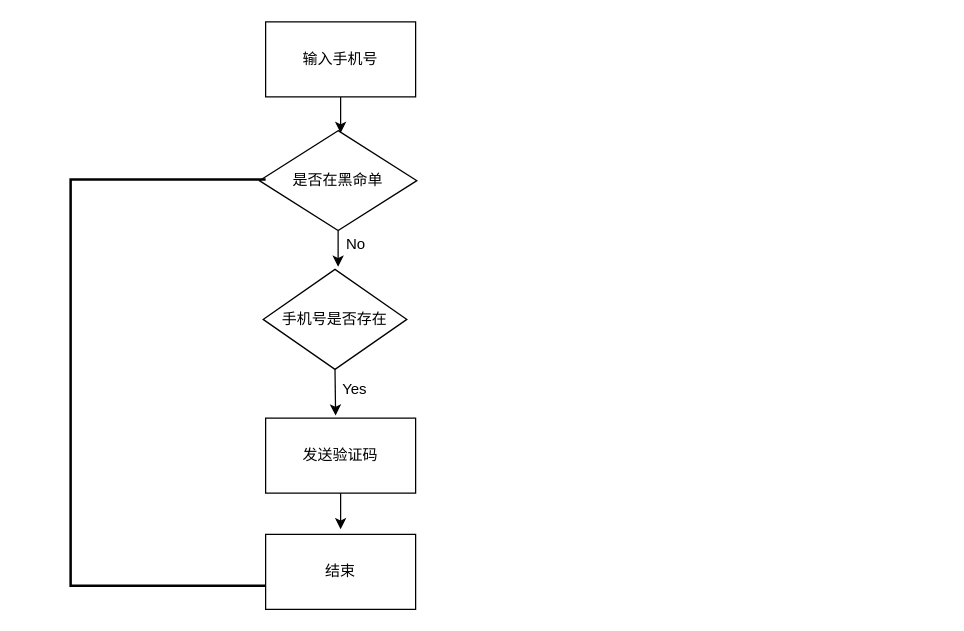
This is 功能流程图.drawio from njauwj/draw, a draw.io file, before an edit. Source tidied: cells renumbered, new cells numbered last; positions are measured from the earlier drawing's top-left corner, leaving out a move shared by most shapes. Both pictures are drawn from the tidied source at 125%, with x=0, y=0 at pixel (70, 21).
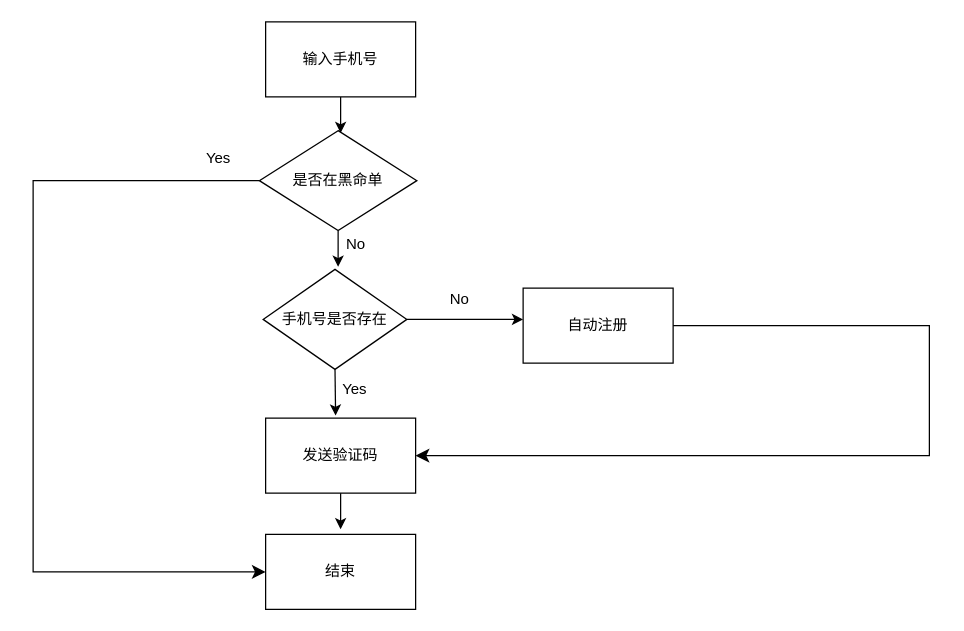
Above is the later version.

Commit message (it also covers changes not shown here):
更新功能流程图.drawio

The change refers to these unchanged cells:
```xml
<mxCell id="4" value="是否在黑命单" style="rhombus;whiteSpace=wrap;html=1;" parent="1" vertex="1">
  <mxGeometry x="151" y="87" width="126" height="80" as="geometry" />
</mxCell>
<mxCell id="7" value="手机号是否存在" style="rhombus;whiteSpace=wrap;html=1;" parent="1" vertex="1">
  <mxGeometry x="154" y="198" width="115" height="80" as="geometry" />
</mxCell>
<mxCell id="10" value="发送验证码" style="rounded=0;whiteSpace=wrap;html=1;" parent="1" vertex="1">
  <mxGeometry x="156" y="317" width="120" height="60" as="geometry" />
</mxCell>
<mxCell id="12" value="结束" style="rounded=0;whiteSpace=wrap;html=1;" parent="1" vertex="1">
  <mxGeometry x="156" y="410" width="120" height="60" as="geometry" />
</mxCell>
```

Diff of the diagram source:
```diff
@@
-    <mxCell id="13" style="strokeWidth=2;html=1;shape=mxgraph.flowchart.annotation_1;align=left;" parent="1" vertex="1">
-      <mxGeometry y="126" width="156" height="325" as="geometry" />
-    </mxCell>
+    <mxCell id="14" style="edgeStyle=elbowEdgeStyle;elbow=horizontal;endArrow=classic;html=1;curved=0;rounded=0;endSize=8;startSize=8;exitX=0;exitY=0.5;exitDx=0;exitDy=0;entryX=0;entryY=0.5;entryDx=0;entryDy=0;" parent="1" edge="1" source="4" target="12">
+      <mxGeometry relative="1" as="geometry">
+        <Array as="points">
+          <mxPoint x="-30" y="284" />
+        </Array>
+      </mxGeometry>
+    </mxCell>
+    <mxCell id="15" value="Yes" style="text;html=1;align=center;verticalAlign=middle;strokeColor=none;fillColor=none;" parent="1" vertex="1">
+      <mxGeometry x="99" y="96" width="38" height="26" as="geometry" />
+    </mxCell>
+    <mxCell id="16" style="endArrow=classic;html=1;rounded=0;exitX=1;exitY=0.5;exitDx=0;exitDy=0;" parent="1" edge="1" source="7">
+      <mxGeometry relative="1" as="geometry">
+        <mxPoint x="362" y="238" as="targetPoint" />
+      </mxGeometry>
+    </mxCell>
+    <mxCell id="17" value="No" style="text;html=1;align=center;verticalAlign=middle;strokeColor=none;fillColor=none;" parent="1" vertex="1">
+      <mxGeometry x="294" y="209" width="33" height="26" as="geometry" />
+    </mxCell>
+    <mxCell id="18" value="自动注册" style="rounded=0;whiteSpace=wrap;html=1;" parent="1" vertex="1">
+      <mxGeometry x="362" y="213" width="120" height="60" as="geometry" />
+    </mxCell>
+    <mxCell id="19" style="edgeStyle=elbowEdgeStyle;elbow=vertical;endArrow=classic;html=1;curved=0;rounded=0;endSize=8;startSize=8;exitX=1;exitY=0.5;exitDx=0;exitDy=0;entryX=1;entryY=0.5;entryDx=0;entryDy=0;" parent="1" edge="1" source="18" target="10">
+      <mxGeometry relative="1" as="geometry">
+        <Array as="points">
+          <mxPoint x="687" y="239" />
+        </Array>
+      </mxGeometry>
+    </mxCell>
```
